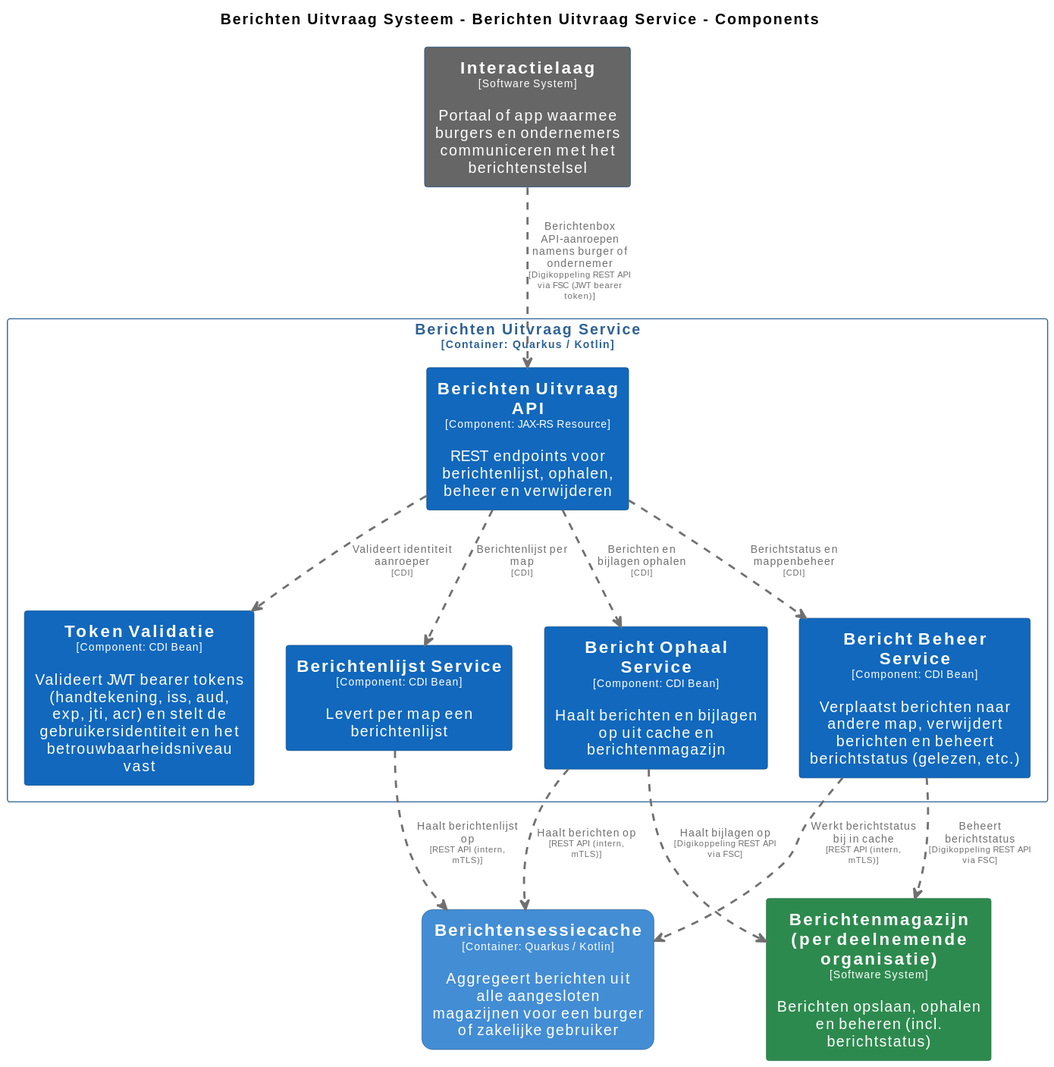
The PlantUML diagram master/svg/BerichtenUitvraagServiceComponenten.svg in MinBZK/moza-poc-fbs-berichtenbox, before a commit. Its source is kept beside it as master/puml/BerichtenUitvraagServiceComponenten.puml.
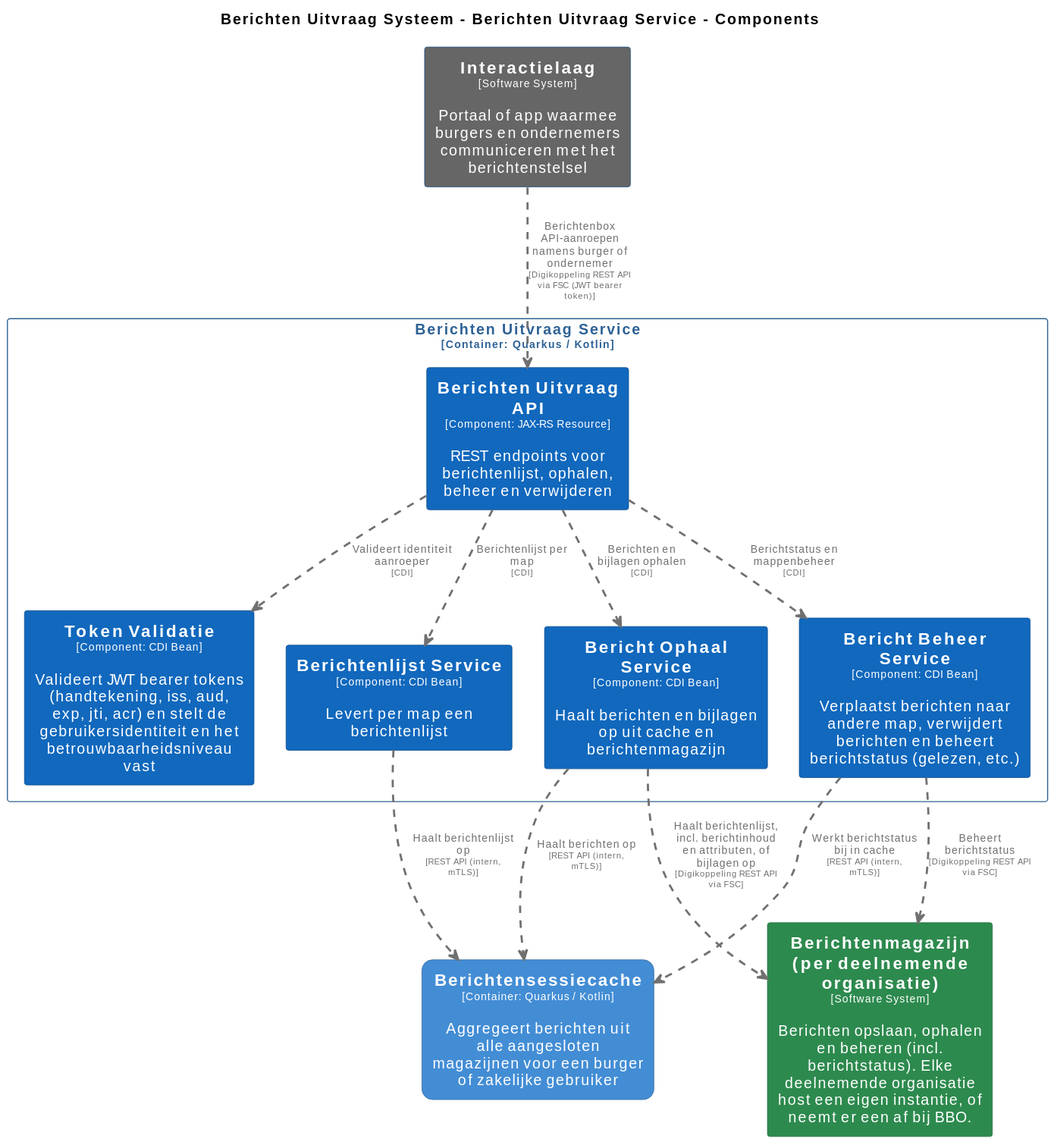
After the commit.

Diff of the diagram source:
```diff
@@ -71,7 +71,7 @@
 }
 
 rectangle "==Interactielaag\n<size:10>[Software System]</size>\n\nPortaal of app waarmee burgers en ondernemers communiceren met het berichtenstelsel" <<Interactielaag>> as Interactielaag
-rectangle "==Berichtenmagazijn (per deelnemende organisatie)\n<size:10>[Software System]</size>\n\nBerichten opslaan, ophalen en beheren (incl. berichtstatus)" <<Berichtenmagazijnperdeelnemendeorganisatie>> as Berichtenmagazijnperdeelnemendeorganisatie
+rectangle "==Berichtenmagazijn (per deelnemende organisatie)\n<size:10>[Software System]</size>\n\nBerichten opslaan, ophalen en beheren (incl. berichtstatus). Elke deelnemende organisatie host een eigen instantie, of neemt er een af bij BBO." <<Berichtenmagazijnperdeelnemendeorganisatie>> as Berichtenmagazijnperdeelnemendeorganisatie
 rectangle "==Berichtensessiecache\n<size:10>[Container: Quarkus / Kotlin]</size>\n\nAggregeert berichten uit alle aangesloten magazijnen voor een burger of zakelijke gebruiker" <<BerichtenUitvraagSysteem.Berichtensessiecache>> as BerichtenUitvraagSysteem.Berichtensessiecache
 
 rectangle "Berichten Uitvraag Service\n<size:10>[Container: Quarkus / Kotlin]</size>" <<BerichtenUitvraagSysteem.BerichtenUitvraagService>> {
@@ -90,6 +90,6 @@
 BerichtenUitvraagSysteem.BerichtenUitvraagService.BerichtenlijstService .[#707070,thickness=2].> BerichtenUitvraagSysteem.Berichtensessiecache : "<color:#707070>Haalt berichtenlijst op\n<color:#707070><size:8>[REST API (intern, mTLS)]</size>"
 BerichtenUitvraagSysteem.BerichtenUitvraagService.BerichtBeheerService .[#707070,thickness=2].> BerichtenUitvraagSysteem.Berichtensessiecache : "<color:#707070>Werkt berichtstatus bij in cache\n<color:#707070><size:8>[REST API (intern, mTLS)]</size>"
 Interactielaag .[#707070,thickness=2].> BerichtenUitvraagSysteem.BerichtenUitvraagService.BerichtenUitvraagAPI : "<color:#707070>Berichtenbox API-aanroepen namens burger of ondernemer\n<color:#707070><size:8>[Digikoppeling REST API via FSC (JWT bearer token)]</size>"
-BerichtenUitvraagSysteem.BerichtenUitvraagService.BerichtOphaalService .[#707070,thickness=2].> Berichtenmagazijnperdeelnemendeorganisatie : "<color:#707070>Haalt bijlagen op\n<color:#707070><size:8>[Digikoppeling REST API via FSC]</size>"
+BerichtenUitvraagSysteem.BerichtenUitvraagService.BerichtOphaalService .[#707070,thickness=2].> Berichtenmagazijnperdeelnemendeorganisatie : "<color:#707070>Haalt berichtenlijst, incl. berichtinhoud en attributen, of bijlagen op\n<color:#707070><size:8>[Digikoppeling REST API via FSC]</size>"
 BerichtenUitvraagSysteem.BerichtenUitvraagService.BerichtBeheerService .[#707070,thickness=2].> Berichtenmagazijnperdeelnemendeorganisatie : "<color:#707070>Beheert berichtstatus\n<color:#707070><size:8>[Digikoppeling REST API via FSC]</size>"
 @enduml
```
